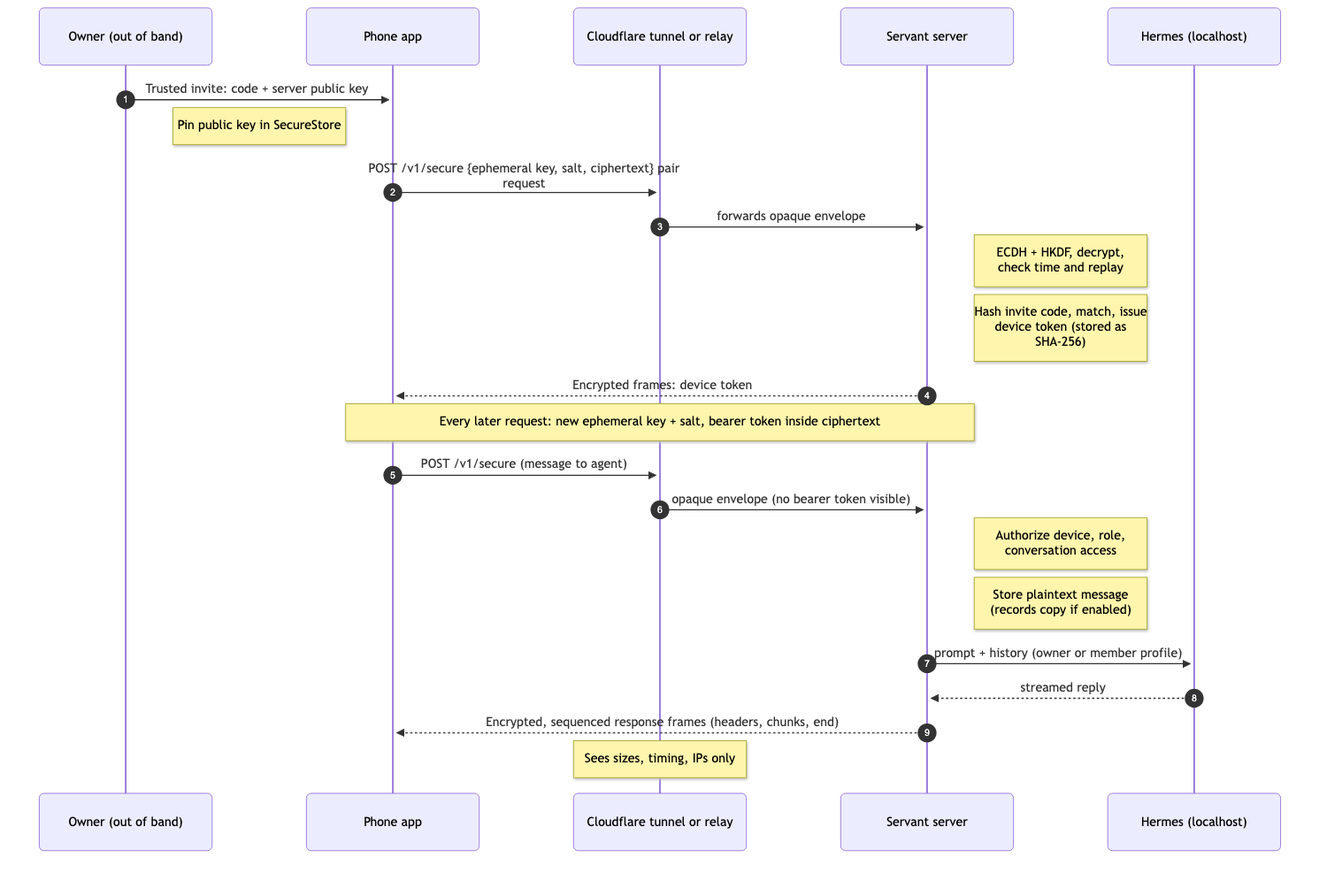
This is docs/security-architecture/03-encrypted-request.png from slavingia/servant, a Mermaid export, as it was before one commit. Its source is kept beside it as docs/security-architecture/03-encrypted-request.mmd. The source it was exported from:
```mermaid
sequenceDiagram
  autonumber
  participant O as Owner (out of band)
  participant P as Phone app
  participant C as Cloudflare tunnel or relay
  participant S as Servant server
  participant H as Hermes (localhost)
  O->>P: Trusted invite: code + server public key
  Note left of P: Pin public key in SecureStore
  P->>C: POST /v1/secure {ephemeral key, salt, ciphertext} pair request
  C->>S: forwards opaque envelope
  Note right of S: ECDH + HKDF, decrypt, check time and replay
  Note right of S: Hash invite code, match, issue device token (stored as SHA-256)
  S-->>P: Encrypted frames: device token
  Note over P,S: Every later request: new ephemeral key + salt, bearer token inside ciphertext
  P->>C: POST /v1/secure (message to agent)
  C->>S: opaque envelope (no bearer token visible)
  Note right of S: Authorize device, role, conversation access
  Note right of S: Store plaintext message (records copy if enabled)
  S->>H: prompt + history (owner or member profile)
  H-->>S: streamed reply
  S-->>P: Encrypted, sequenced response frames (headers, chunks, end)
  Note over C: Sees sizes, timing, IPs only
```
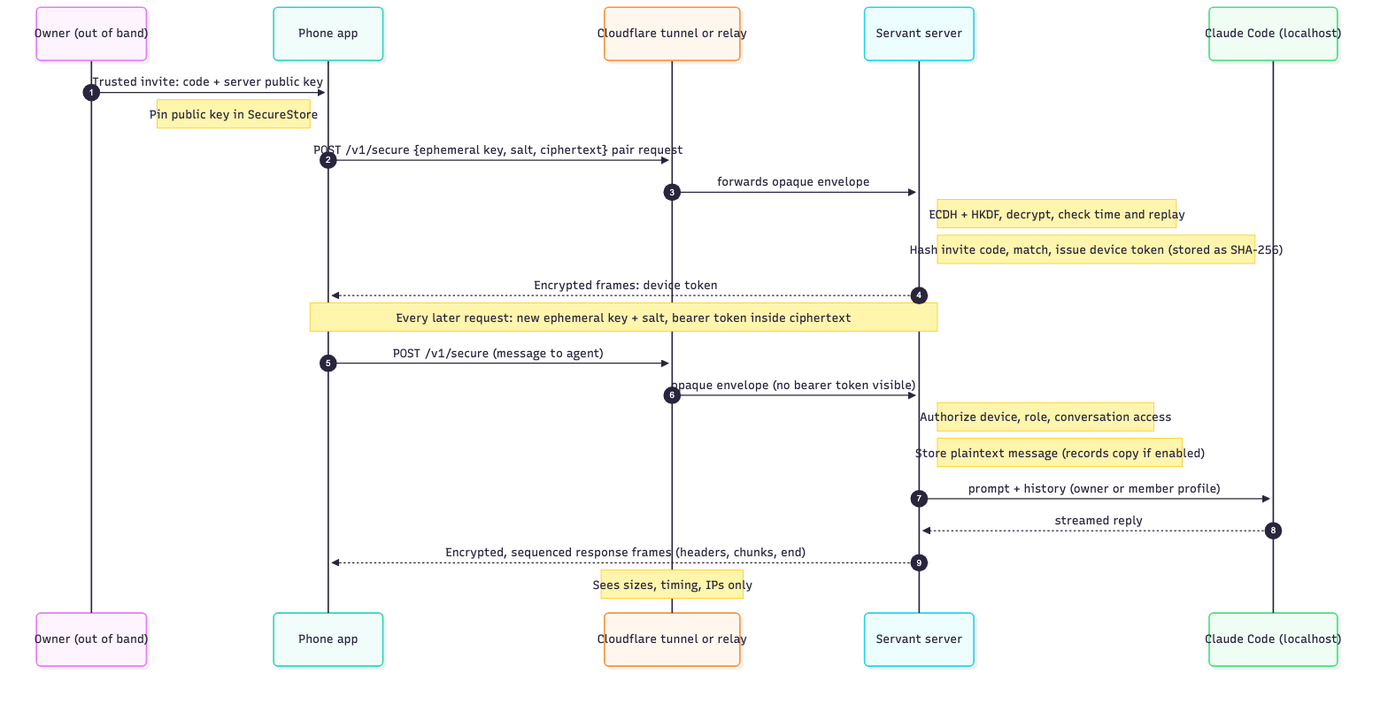
Above is the later version.

Change to the diagram source:
```diff
@@ -4,7 +4,7 @@
   participant P as Phone app
   participant C as Cloudflare tunnel or relay
   participant S as Servant server
-  participant H as Hermes (localhost)
+  participant H as Claude Code (localhost)
   O->>P: Trusted invite: code + server public key
   Note left of P: Pin public key in SecureStore
   P->>C: POST /v1/secure {ephemeral key, salt, ciphertext} pair request
```
